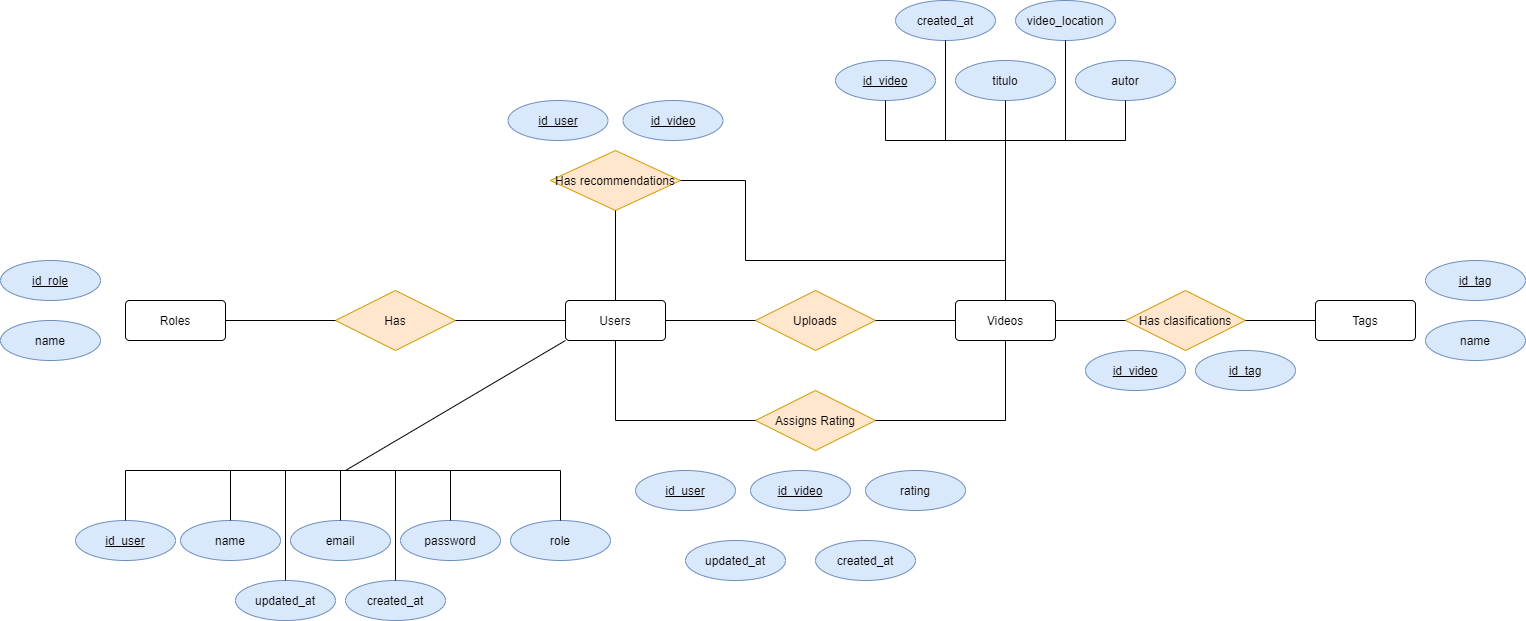
Before: resources/Diagrama ER.png, a diagram exported from draw.io (Carlospq17/VideoCloud). Source tidied: cells renumbered, new cells last; positions are measured from the earlier drawing's top-left corner, leaving out a move shared by most shapes. The source it was exported from:
```xml
<mxGraphModel>
  <root>
    <mxCell id="0" />
    <mxCell id="1" parent="0" />
    <mxCell id="2" value="Users" style="rounded=1;arcSize=10;whiteSpace=wrap;html=1;align=center;" parent="1" vertex="1">
      <mxGeometry x="565" y="300" width="100" height="40" as="geometry" />
    </mxCell>
    <mxCell id="3" value="Roles" style="rounded=1;arcSize=10;whiteSpace=wrap;html=1;align=center;" parent="1" vertex="1">
      <mxGeometry x="125" y="300" width="100" height="40" as="geometry" />
    </mxCell>
    <mxCell id="4" value="Videos" style="rounded=1;arcSize=10;whiteSpace=wrap;html=1;align=center;" parent="1" vertex="1">
      <mxGeometry x="955" y="300" width="100" height="40" as="geometry" />
    </mxCell>
    <mxCell id="5" value="Has" style="shape=rhombus;perimeter=rhombusPerimeter;whiteSpace=wrap;html=1;align=center;fillColor=#ffe6cc;strokeColor=#d79b00;" parent="1" vertex="1">
      <mxGeometry x="335" y="290" width="120" height="60" as="geometry" />
    </mxCell>
    <mxCell id="6" style="endArrow=none;html=1;rounded=0;exitX=0;exitY=0.5;exitDx=0;exitDy=0;" parent="1" edge="1" source="2" target="5">
      <mxGeometry relative="1" as="geometry" />
    </mxCell>
    <mxCell id="7" style="endArrow=none;html=1;rounded=0;exitX=1;exitY=0.5;exitDx=0;exitDy=0;entryX=0;entryY=0.5;entryDx=0;entryDy=0;" parent="1" edge="1" source="3" target="5">
      <mxGeometry relative="1" as="geometry" />
    </mxCell>
    <mxCell id="8" value="Uploads" style="shape=rhombus;perimeter=rhombusPerimeter;whiteSpace=wrap;html=1;align=center;fillColor=#ffe6cc;strokeColor=#d79b00;" parent="1" vertex="1">
      <mxGeometry x="755" y="290" width="120" height="60" as="geometry" />
    </mxCell>
    <mxCell id="9" style="endArrow=none;html=1;rounded=0;exitX=1;exitY=0.5;exitDx=0;exitDy=0;entryX=0;entryY=0.5;entryDx=0;entryDy=0;" parent="1" edge="1" source="2" target="8">
      <mxGeometry relative="1" as="geometry" />
    </mxCell>
    <mxCell id="10" style="endArrow=none;html=1;rounded=0;exitX=1;exitY=0.5;exitDx=0;exitDy=0;entryX=0;entryY=0.5;entryDx=0;entryDy=0;" parent="1" edge="1" source="8" target="4">
      <mxGeometry relative="1" as="geometry" />
    </mxCell>
    <mxCell id="11" value="Assigns Rating" style="shape=rhombus;perimeter=rhombusPerimeter;whiteSpace=wrap;html=1;align=center;fillColor=#ffe6cc;strokeColor=#d79b00;" parent="1" vertex="1">
      <mxGeometry x="755" y="390" width="120" height="60" as="geometry" />
    </mxCell>
    <mxCell id="12" style="endArrow=none;html=1;exitX=0.5;exitY=1;exitDx=0;exitDy=0;entryX=0;entryY=0.5;entryDx=0;entryDy=0;rounded=0;" parent="1" edge="1" source="2" target="11">
      <mxGeometry relative="1" as="geometry">
        <Array as="points">
          <mxPoint x="615" y="420" />
        </Array>
      </mxGeometry>
    </mxCell>
    <mxCell id="13" style="endArrow=none;html=1;exitX=0.5;exitY=1;exitDx=0;exitDy=0;entryX=1;entryY=0.5;entryDx=0;entryDy=0;rounded=0;" parent="1" edge="1" source="4" target="11">
      <mxGeometry relative="1" as="geometry">
        <Array as="points">
          <mxPoint x="1005" y="420" />
        </Array>
      </mxGeometry>
    </mxCell>
    <mxCell id="14" value="Has recommendations" style="shape=rhombus;perimeter=rhombusPerimeter;whiteSpace=wrap;html=1;align=center;fillColor=#ffe6cc;strokeColor=#d79b00;" parent="1" vertex="1">
      <mxGeometry x="550" y="150" width="130" height="60" as="geometry" />
    </mxCell>
    <mxCell id="15" style="endArrow=none;html=1;exitX=0.5;exitY=0;exitDx=0;exitDy=0;entryX=0.5;entryY=1;entryDx=0;entryDy=0;rounded=0;" parent="1" edge="1" source="2" target="14">
      <mxGeometry relative="1" as="geometry" />
    </mxCell>
    <mxCell id="16" style="endArrow=none;html=1;exitX=0.5;exitY=0;exitDx=0;exitDy=0;entryX=1;entryY=0.5;entryDx=0;entryDy=0;rounded=0;" parent="1" edge="1" source="4" target="14">
      <mxGeometry relative="1" as="geometry">
        <Array as="points">
          <mxPoint x="1005" y="260" />
          <mxPoint x="745" y="260" />
          <mxPoint x="745" y="180" />
        </Array>
      </mxGeometry>
    </mxCell>
    <mxCell id="17" value="Tags" style="rounded=1;arcSize=10;whiteSpace=wrap;html=1;align=center;" parent="1" vertex="1">
      <mxGeometry x="1315" y="300" width="100" height="40" as="geometry" />
    </mxCell>
    <mxCell id="18" value="Has clasifications" style="shape=rhombus;perimeter=rhombusPerimeter;whiteSpace=wrap;html=1;align=center;fillColor=#ffe6cc;strokeColor=#d79b00;" parent="1" vertex="1">
      <mxGeometry x="1125" y="290" width="120" height="60" as="geometry" />
    </mxCell>
    <mxCell id="19" style="endArrow=none;html=1;rounded=0;exitX=1;exitY=0.5;exitDx=0;exitDy=0;entryX=0;entryY=0.5;entryDx=0;entryDy=0;" parent="1" edge="1" source="4" target="18">
      <mxGeometry relative="1" as="geometry" />
    </mxCell>
    <mxCell id="20" style="endArrow=none;html=1;rounded=0;exitX=1;exitY=0.5;exitDx=0;exitDy=0;entryX=0;entryY=0.5;entryDx=0;entryDy=0;" parent="1" edge="1" source="18" target="17">
      <mxGeometry relative="1" as="geometry" />
    </mxCell>
    <mxCell id="21" value="id_tag" style="ellipse;whiteSpace=wrap;html=1;align=center;fontStyle=4;fillColor=#dae8fc;strokeColor=#6c8ebf;" parent="1" vertex="1">
      <mxGeometry x="1425" y="260" width="100" height="40" as="geometry" />
    </mxCell>
    <mxCell id="22" value="name" style="ellipse;whiteSpace=wrap;html=1;align=center;fillColor=#dae8fc;strokeColor=#6c8ebf;" parent="1" vertex="1">
      <mxGeometry x="1425" y="320" width="100" height="40" as="geometry" />
    </mxCell>
    <mxCell id="23" value="id_video" style="ellipse;whiteSpace=wrap;html=1;align=center;fontStyle=4;fillColor=#dae8fc;strokeColor=#6c8ebf;" parent="1" vertex="1">
      <mxGeometry x="1085" y="350" width="100" height="40" as="geometry" />
    </mxCell>
    <mxCell id="24" value="id_tag" style="ellipse;whiteSpace=wrap;html=1;align=center;fontStyle=4;fillColor=#dae8fc;strokeColor=#6c8ebf;" parent="1" vertex="1">
      <mxGeometry x="1195" y="350" width="100" height="40" as="geometry" />
    </mxCell>
    <mxCell id="25" value="id_video" style="ellipse;whiteSpace=wrap;html=1;align=center;fontStyle=4;fillColor=#dae8fc;strokeColor=#6c8ebf;" parent="1" vertex="1">
      <mxGeometry x="750" y="470" width="100" height="40" as="geometry" />
    </mxCell>
    <mxCell id="26" value="id_user" style="ellipse;whiteSpace=wrap;html=1;align=center;fontStyle=4;fillColor=#dae8fc;strokeColor=#6c8ebf;" parent="1" vertex="1">
      <mxGeometry x="635" y="470" width="100" height="40" as="geometry" />
    </mxCell>
    <mxCell id="27" value="rating" style="ellipse;whiteSpace=wrap;html=1;align=center;fillColor=#dae8fc;strokeColor=#6c8ebf;" parent="1" vertex="1">
      <mxGeometry x="865" y="470" width="100" height="40" as="geometry" />
    </mxCell>
    <mxCell id="28" value="updated_at" style="ellipse;whiteSpace=wrap;html=1;align=center;fillColor=#dae8fc;strokeColor=#6c8ebf;" parent="1" vertex="1">
      <mxGeometry x="685" y="540" width="100" height="40" as="geometry" />
    </mxCell>
    <mxCell id="29" value="created_at" style="ellipse;whiteSpace=wrap;html=1;align=center;fillColor=#dae8fc;strokeColor=#6c8ebf;" parent="1" vertex="1">
      <mxGeometry x="815" y="540" width="100" height="40" as="geometry" />
    </mxCell>
    <mxCell id="30" value="id_role" style="ellipse;whiteSpace=wrap;html=1;align=center;fontStyle=4;fillColor=#dae8fc;strokeColor=#6c8ebf;" parent="1" vertex="1">
      <mxGeometry y="260" width="100" height="40" as="geometry" />
    </mxCell>
    <mxCell id="31" value="name" style="ellipse;whiteSpace=wrap;html=1;align=center;fillColor=#dae8fc;strokeColor=#6c8ebf;" parent="1" vertex="1">
      <mxGeometry y="320" width="100" height="40" as="geometry" />
    </mxCell>
    <mxCell id="32" value="id_user" style="ellipse;whiteSpace=wrap;html=1;align=center;fontStyle=4;fillColor=#dae8fc;strokeColor=#6c8ebf;" parent="1" vertex="1">
      <mxGeometry x="507.5" y="100" width="100" height="40" as="geometry" />
    </mxCell>
    <mxCell id="33" value="id_video" style="ellipse;whiteSpace=wrap;html=1;align=center;fontStyle=4;fillColor=#dae8fc;strokeColor=#6c8ebf;" parent="1" vertex="1">
      <mxGeometry x="622.5" y="100" width="100" height="40" as="geometry" />
    </mxCell>
    <mxCell id="34" value="id_user" style="ellipse;whiteSpace=wrap;html=1;align=center;fontStyle=4;fillColor=#dae8fc;strokeColor=#6c8ebf;" parent="1" vertex="1">
      <mxGeometry x="75" y="520" width="100" height="40" as="geometry" />
    </mxCell>
    <mxCell id="35" value="name" style="ellipse;whiteSpace=wrap;html=1;align=center;fillColor=#dae8fc;strokeColor=#6c8ebf;" parent="1" vertex="1">
      <mxGeometry x="180" y="520" width="100" height="40" as="geometry" />
    </mxCell>
    <mxCell id="36" value="email" style="ellipse;whiteSpace=wrap;html=1;align=center;fillColor=#dae8fc;strokeColor=#6c8ebf;" parent="1" vertex="1">
      <mxGeometry x="290" y="520" width="100" height="40" as="geometry" />
    </mxCell>
    <mxCell id="37" value="password" style="ellipse;whiteSpace=wrap;html=1;align=center;fillColor=#dae8fc;strokeColor=#6c8ebf;" parent="1" vertex="1">
      <mxGeometry x="400" y="520" width="100" height="40" as="geometry" />
    </mxCell>
    <mxCell id="38" value="role" style="ellipse;whiteSpace=wrap;html=1;align=center;fillColor=#dae8fc;strokeColor=#6c8ebf;" parent="1" vertex="1">
      <mxGeometry x="510" y="520" width="100" height="40" as="geometry" />
    </mxCell>
    <mxCell id="39" value="created_at" style="ellipse;whiteSpace=wrap;html=1;align=center;fillColor=#dae8fc;strokeColor=#6c8ebf;" parent="1" vertex="1">
      <mxGeometry x="345" y="580" width="100" height="40" as="geometry" />
    </mxCell>
    <mxCell id="40" value="updated_at" style="ellipse;whiteSpace=wrap;html=1;align=center;fillColor=#dae8fc;strokeColor=#6c8ebf;" parent="1" vertex="1">
      <mxGeometry x="235" y="580" width="100" height="40" as="geometry" />
    </mxCell>
    <mxCell id="41" style="endArrow=none;html=1;entryX=0;entryY=1;entryDx=0;entryDy=0;" parent="1" edge="1" target="2">
      <mxGeometry relative="1" as="geometry">
        <mxPoint x="345" y="470" as="sourcePoint" />
      </mxGeometry>
    </mxCell>
    <mxCell id="42" style="endArrow=none;html=1;rounded=0;entryX=0.5;entryY=0;entryDx=0;entryDy=0;" parent="1" edge="1" target="36">
      <mxGeometry relative="1" as="geometry">
        <mxPoint x="340" y="470" as="sourcePoint" />
      </mxGeometry>
    </mxCell>
    <mxCell id="43" style="endArrow=none;html=1;rounded=0;entryX=0.5;entryY=0;entryDx=0;entryDy=0;" parent="1" edge="1" target="37">
      <mxGeometry relative="1" as="geometry">
        <mxPoint x="350" y="470" as="sourcePoint" />
        <Array as="points">
          <mxPoint x="450" y="470" />
        </Array>
      </mxGeometry>
    </mxCell>
    <mxCell id="44" style="endArrow=none;html=1;rounded=0;entryX=0.5;entryY=0;entryDx=0;entryDy=0;" parent="1" edge="1" target="38">
      <mxGeometry relative="1" as="geometry">
        <mxPoint x="345" y="470" as="sourcePoint" />
        <Array as="points">
          <mxPoint x="560" y="470" />
        </Array>
      </mxGeometry>
    </mxCell>
    <mxCell id="45" style="endArrow=none;html=1;rounded=0;exitX=0.5;exitY=0;exitDx=0;exitDy=0;" parent="1" edge="1" source="39">
      <mxGeometry relative="1" as="geometry">
        <mxPoint x="395" y="470" as="targetPoint" />
      </mxGeometry>
    </mxCell>
    <mxCell id="46" style="endArrow=none;html=1;rounded=0;exitX=0.5;exitY=0;exitDx=0;exitDy=0;" parent="1" edge="1" source="40">
      <mxGeometry relative="1" as="geometry">
        <mxPoint x="345" y="470" as="targetPoint" />
        <Array as="points">
          <mxPoint x="285" y="470" />
        </Array>
      </mxGeometry>
    </mxCell>
    <mxCell id="47" style="endArrow=none;html=1;rounded=0;entryX=0.5;entryY=0;entryDx=0;entryDy=0;" parent="1" edge="1" target="34">
      <mxGeometry relative="1" as="geometry">
        <mxPoint x="342.5" y="470" as="sourcePoint" />
        <Array as="points">
          <mxPoint x="125" y="470" />
        </Array>
      </mxGeometry>
    </mxCell>
    <mxCell id="48" style="endArrow=none;html=1;rounded=0;entryX=0.5;entryY=0;entryDx=0;entryDy=0;" parent="1" edge="1" target="35">
      <mxGeometry relative="1" as="geometry">
        <mxPoint x="345" y="470" as="sourcePoint" />
        <Array as="points">
          <mxPoint x="230" y="470" />
        </Array>
      </mxGeometry>
    </mxCell>
    <mxCell id="49" value="id_video" style="ellipse;whiteSpace=wrap;html=1;align=center;fontStyle=4;fillColor=#dae8fc;strokeColor=#6c8ebf;" parent="1" vertex="1">
      <mxGeometry x="835" y="60" width="100" height="40" as="geometry" />
    </mxCell>
    <mxCell id="50" value="titulo" style="ellipse;whiteSpace=wrap;html=1;align=center;fillColor=#dae8fc;strokeColor=#6c8ebf;" parent="1" vertex="1">
      <mxGeometry x="955" y="60" width="100" height="40" as="geometry" />
    </mxCell>
    <mxCell id="51" value="autor" style="ellipse;whiteSpace=wrap;html=1;align=center;fillColor=#dae8fc;strokeColor=#6c8ebf;" parent="1" vertex="1">
      <mxGeometry x="1075" y="60" width="100" height="40" as="geometry" />
    </mxCell>
    <mxCell id="52" value="created_at" style="ellipse;whiteSpace=wrap;html=1;align=center;fillColor=#dae8fc;strokeColor=#6c8ebf;" parent="1" vertex="1">
      <mxGeometry x="895" width="100" height="40" as="geometry" />
    </mxCell>
    <mxCell id="53" value="video_location" style="ellipse;whiteSpace=wrap;html=1;align=center;fillColor=#dae8fc;strokeColor=#6c8ebf;" parent="1" vertex="1">
      <mxGeometry x="1015" width="100" height="40" as="geometry" />
    </mxCell>
    <mxCell id="54" style="endArrow=none;html=1;rounded=0;exitX=0.5;exitY=1;exitDx=0;exitDy=0;" parent="1" edge="1" source="49">
      <mxGeometry relative="1" as="geometry">
        <mxPoint x="1005" y="140" as="targetPoint" />
        <Array as="points">
          <mxPoint x="885" y="140" />
        </Array>
      </mxGeometry>
    </mxCell>
    <mxCell id="55" style="endArrow=none;html=1;rounded=0;entryX=0.5;entryY=0;entryDx=0;entryDy=0;exitX=0.5;exitY=1;exitDx=0;exitDy=0;" parent="1" edge="1" source="50" target="4">
      <mxGeometry relative="1" as="geometry" />
    </mxCell>
    <mxCell id="56" style="endArrow=none;html=1;rounded=0;exitX=0.5;exitY=1;exitDx=0;exitDy=0;" parent="1" edge="1" source="51">
      <mxGeometry relative="1" as="geometry">
        <mxPoint x="1005" y="140" as="targetPoint" />
        <Array as="points">
          <mxPoint x="1125" y="140" />
        </Array>
      </mxGeometry>
    </mxCell>
    <mxCell id="57" style="endArrow=none;html=1;rounded=0;exitX=0.5;exitY=1;exitDx=0;exitDy=0;" parent="1" edge="1" source="53">
      <mxGeometry relative="1" as="geometry">
        <mxPoint x="1005" y="140" as="targetPoint" />
        <Array as="points">
          <mxPoint x="1065" y="140" />
        </Array>
      </mxGeometry>
    </mxCell>
    <mxCell id="58" style="endArrow=none;html=1;rounded=0;exitX=0.5;exitY=1;exitDx=0;exitDy=0;" parent="1" edge="1" source="52">
      <mxGeometry relative="1" as="geometry">
        <mxPoint x="1005" y="140" as="targetPoint" />
        <Array as="points">
          <mxPoint x="945" y="140" />
        </Array>
      </mxGeometry>
    </mxCell>
  </root>
</mxGraphModel>
```
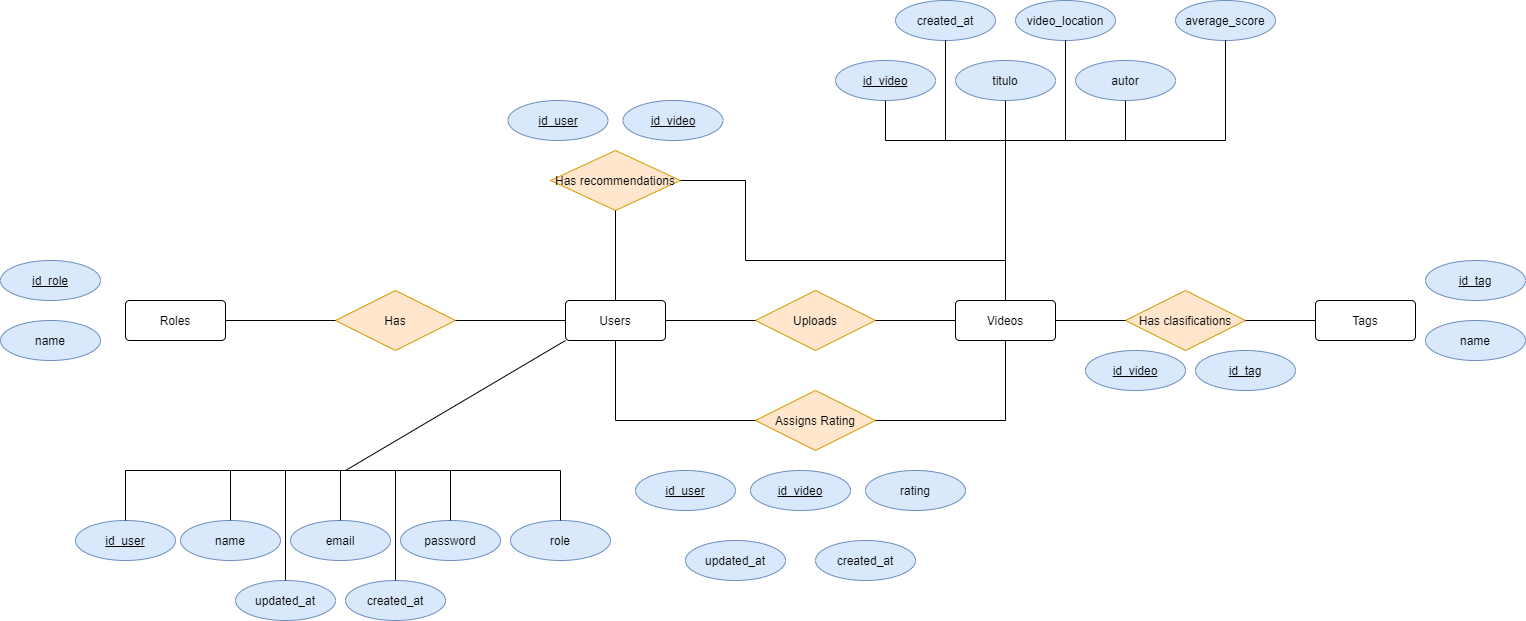
After the commit.

Diff of the diagram source:
```diff
@@ -238,5 +238,16 @@
         </Array>
       </mxGeometry>
     </mxCell>
+    <mxCell id="59" value="average_score" style="ellipse;whiteSpace=wrap;html=1;align=center;fillColor=#dae8fc;strokeColor=#6c8ebf;" parent="1" vertex="1">
+      <mxGeometry x="1175" width="100" height="40" as="geometry" />
+    </mxCell>
+    <mxCell id="60" style="endArrow=none;html=1;rounded=0;exitX=0.5;exitY=1;exitDx=0;exitDy=0;" parent="1" edge="1" source="59">
+      <mxGeometry relative="1" as="geometry">
+        <mxPoint x="1005" y="140" as="targetPoint" />
+        <Array as="points">
+          <mxPoint x="1225" y="140" />
+        </Array>
+      </mxGeometry>
+    </mxCell>
   </root>
 </mxGraphModel>
```
